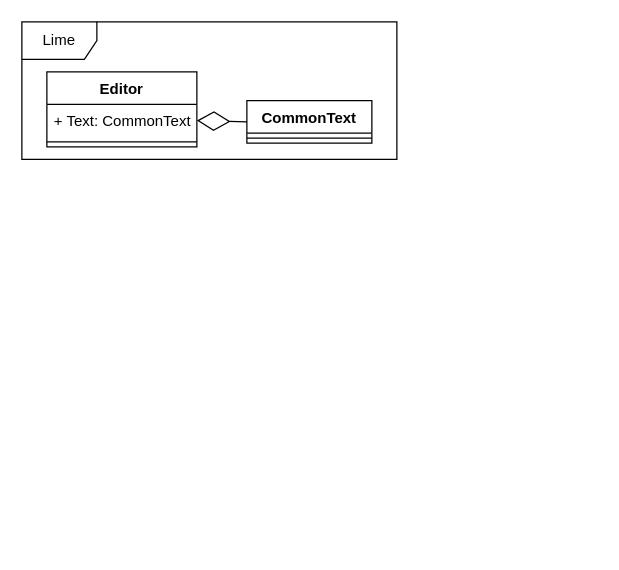
Before: diagrams/EditorScheme.drawio in kutselabskii/diploma, a draw.io diagram. Source tidied: cells renumbered, new cells numbered last; positions are measured from the earlier drawing's top-left corner, leaving out a move shared by most shapes. Both pictures are drawn from the tidied source at 125%, with x=0, y=0 at pixel (21, 21).
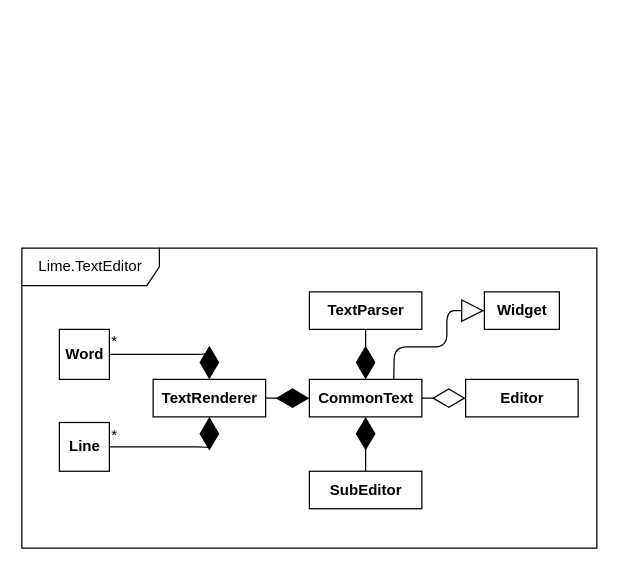
After the change.

Diff of the diagram source:
```diff
@@
-    <mxCell id="2" value="&lt;div&gt;Lime&lt;/div&gt;" style="shape=umlFrame;whiteSpace=wrap;html=1;" parent="1" vertex="1">
-      <mxGeometry width="300" height="110" as="geometry" />
-    </mxCell>
+    <mxCell id="9" value="Lime.TextEditor" style="shape=umlFrame;whiteSpace=wrap;html=1;width=110;height=30;" parent="1" vertex="1">
+      <mxGeometry y="181" width="460" height="240" as="geometry" />
+    </mxCell>
+    <mxCell id="10" value="&lt;b&gt;Word&lt;/b&gt;" style="html=1;" parent="1" vertex="1">
+      <mxGeometry x="30" y="246" width="40" height="40" as="geometry" />
+    </mxCell>
+    <mxCell id="11" value="&lt;b&gt;Line&lt;/b&gt;" style="html=1;" parent="1" vertex="1">
+      <mxGeometry x="30" y="320.5" width="40" height="39" as="geometry" />
+    </mxCell>
+    <mxCell id="12" value="&lt;b&gt;TextRenderer&lt;/b&gt;" style="html=1;" parent="1" vertex="1">
+      <mxGeometry x="105" y="286" width="90" height="30" as="geometry" />
+    </mxCell>
+    <mxCell id="13" style="endArrow=diamondThin;endFill=1;endSize=24;html=1;entryX=0.5;entryY=1;entryDx=0;entryDy=0;exitX=1;exitY=0.5;exitDx=0;exitDy=0;" parent="1" edge="1" source="11" target="12">
+      <mxGeometry relative="1" as="geometry">
+        <Array as="points">
+          <mxPoint x="150" y="340" />
+        </Array>
+      </mxGeometry>
+    </mxCell>
+    <mxCell id="14" style="endArrow=diamondThin;endFill=1;endSize=24;html=1;entryX=0.5;entryY=0;entryDx=0;entryDy=0;exitX=1;exitY=0.5;exitDx=0;exitDy=0;" parent="1" edge="1" source="10" target="12">
+      <mxGeometry relative="1" as="geometry">
+        <Array as="points">
+          <mxPoint x="150" y="266" />
+        </Array>
+      </mxGeometry>
+    </mxCell>
+    <mxCell id="15" value="*" style="text;html=1;align=left;verticalAlign=top;spacingTop=-4;" parent="1" vertex="1">
+      <mxGeometry x="70" y="246" width="20" height="20" as="geometry" />
+    </mxCell>
+    <mxCell id="16" value="*" style="text;html=1;align=left;verticalAlign=top;spacingTop=-4;" parent="1" vertex="1">
+      <mxGeometry x="70" y="320.5" width="20" height="20" as="geometry" />
+    </mxCell>
+    <mxCell id="6" value="&lt;b&gt;CommonText&lt;/b&gt;" style="html=1;" parent="1" vertex="1">
+      <mxGeometry x="230" y="286" width="90" height="30" as="geometry" />
+    </mxCell>
+    <mxCell id="17" value="&lt;b&gt;TextParser&lt;/b&gt;" style="html=1;" parent="1" vertex="1">
+      <mxGeometry x="230" y="216" width="90" height="30" as="geometry" />
+    </mxCell>
+    <mxCell id="18" style="endArrow=diamondThin;endFill=1;endSize=24;html=1;entryX=0.5;entryY=0;entryDx=0;entryDy=0;exitX=0.5;exitY=1;exitDx=0;exitDy=0;" parent="1" edge="1" source="17" target="6">
+      <mxGeometry relative="1" as="geometry" />
+    </mxCell>
+    <mxCell id="19" style="endArrow=diamondThin;endFill=1;endSize=24;html=1;entryX=0.5;entryY=1;entryDx=0;entryDy=0;exitX=0.5;exitY=0;exitDx=0;exitDy=0;" parent="1" edge="1" source="20" target="6">
+      <mxGeometry relative="1" as="geometry" />
+    </mxCell>
+    <mxCell id="20" value="&lt;b&gt;SubEditor&lt;/b&gt;" style="html=1;" parent="1" vertex="1">
+      <mxGeometry x="230" y="359.5" width="90" height="30" as="geometry" />
+    </mxCell>
+    <mxCell id="21" style="endArrow=diamondThin;endFill=1;endSize=24;html=1;entryX=0;entryY=0.5;entryDx=0;entryDy=0;exitX=1;exitY=0.5;exitDx=0;exitDy=0;" parent="1" edge="1" source="12" target="6">
+      <mxGeometry relative="1" as="geometry" />
+    </mxCell>
-    <mxCell id="3" value="Editor" style="swimlane;fontStyle=1;align=center;verticalAlign=top;horizontal=1;startSize=26;" parent="1" vertex="1">
-      <mxGeometry x="20" y="40" width="120" height="60" as="geometry" />
+    <mxCell id="3" value="&lt;b&gt;Editor&lt;/b&gt;" style="html=1;" parent="1" vertex="1">
+      <mxGeometry x="355" y="286" width="90" height="30" as="geometry" />
     </mxCell>
-    <mxCell id="4" value="+ Text: CommonText" style="text;strokeColor=none;fillColor=none;align=left;verticalAlign=top;spacingLeft=4;spacingRight=4;overflow=hidden;points=[[0,0.5],[1,0.5]];portConstraint=eastwest;" parent="3" vertex="1">
-      <mxGeometry y="26" width="120" height="26" as="geometry" />
-    </mxCell>
-    <mxCell id="5" style="line;strokeWidth=1;fillColor=none;align=left;verticalAlign=middle;spacingTop=-1;spacingLeft=3;spacingRight=3;labelPosition=right;" parent="3" vertex="1">
-      <mxGeometry y="52" width="120" height="8" as="geometry" />
-    </mxCell>
-    <mxCell id="6" value="CommonText" style="swimlane;fontStyle=1;align=center;verticalAlign=top;horizontal=1;startSize=26;" parent="1" vertex="1">
-      <mxGeometry x="180" y="63" width="100" height="34" as="geometry" />
-    </mxCell>
-    <mxCell id="7" style="line;strokeWidth=1;fillColor=none;align=left;verticalAlign=middle;spacingTop=-1;spacingLeft=3;spacingRight=3;labelPosition=right;" parent="6" vertex="1">
-      <mxGeometry y="26" width="100" height="8" as="geometry" />
-    </mxCell>
-    <mxCell id="8" style="endArrow=diamondThin;endFill=0;endSize=24;html=1;entryX=1;entryY=0.5;entryDx=0;entryDy=0;exitX=0;exitY=0.5;exitDx=0;exitDy=0;" parent="1" edge="1" source="6" target="4">
-      <mxGeometry relative="1" as="geometry" />
-    </mxCell>
+    <mxCell id="22" style="endArrow=diamondThin;endFill=0;endSize=24;html=1;entryX=0;entryY=0.5;entryDx=0;entryDy=0;exitX=1;exitY=0.5;exitDx=0;exitDy=0;" parent="1" edge="1" source="6" target="3">
+      <mxGeometry relative="1" as="geometry" />
+    </mxCell>
+    <mxCell id="23" value="&lt;b&gt;Widget&lt;/b&gt;" style="html=1;" parent="1" vertex="1">
+      <mxGeometry x="370" y="216" width="60" height="30" as="geometry" />
+    </mxCell>
+    <mxCell id="24" style="endArrow=block;endSize=16;endFill=0;html=1;entryX=0;entryY=0.5;entryDx=0;entryDy=0;exitX=0.75;exitY=0;exitDx=0;exitDy=0;" parent="1" edge="1" source="6" target="23">
+      <mxGeometry relative="1" as="geometry">
+        <Array as="points">
+          <mxPoint x="298" y="260" />
+          <mxPoint x="340" y="260" />
+          <mxPoint x="340" y="231" />
+        </Array>
+      </mxGeometry>
+    </mxCell>
```
